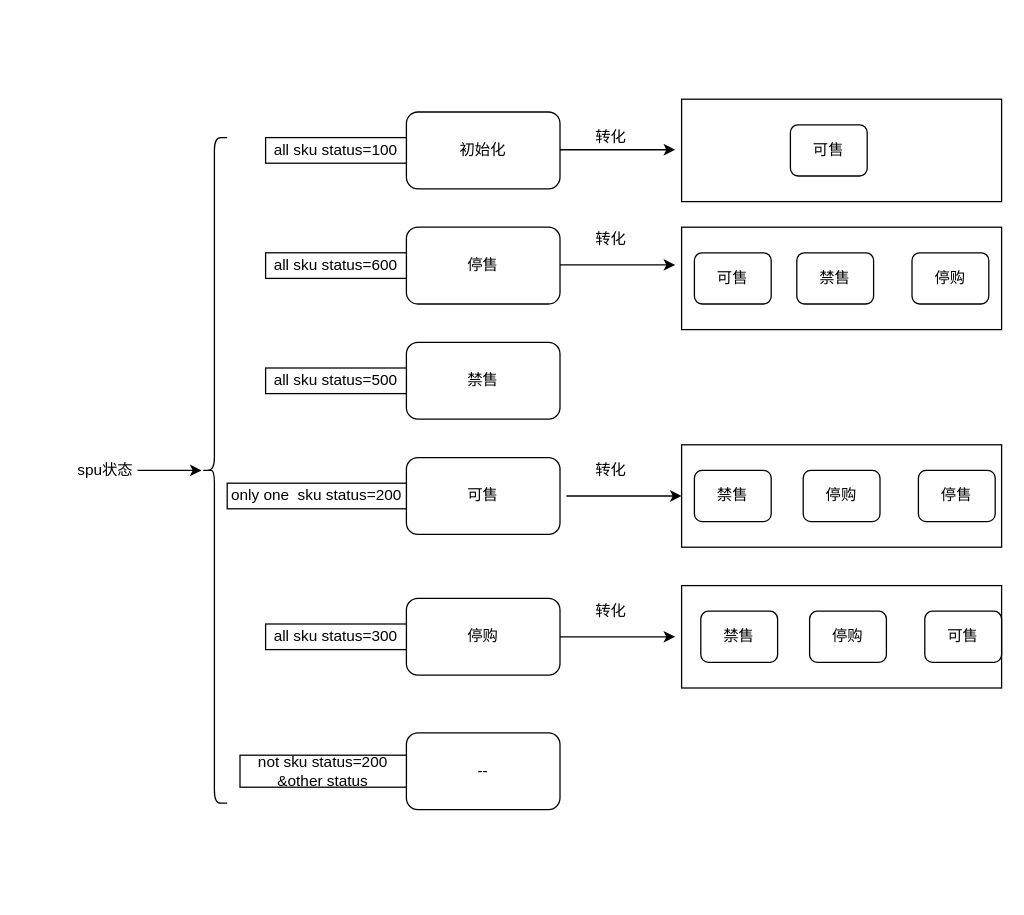
kawhiLeonard-bobo/bobo keeps this draw.io diagram as Untitled Diagram.drawio. Above is the earlier version. Source tidied: cells renumbered, new cells numbered last; positions are measured from the earlier drawing's top-left corner, leaving out a move shared by most shapes. Both pictures are drawn from the tidied source at 128%, with x=0, y=0 at pixel (73, 99).
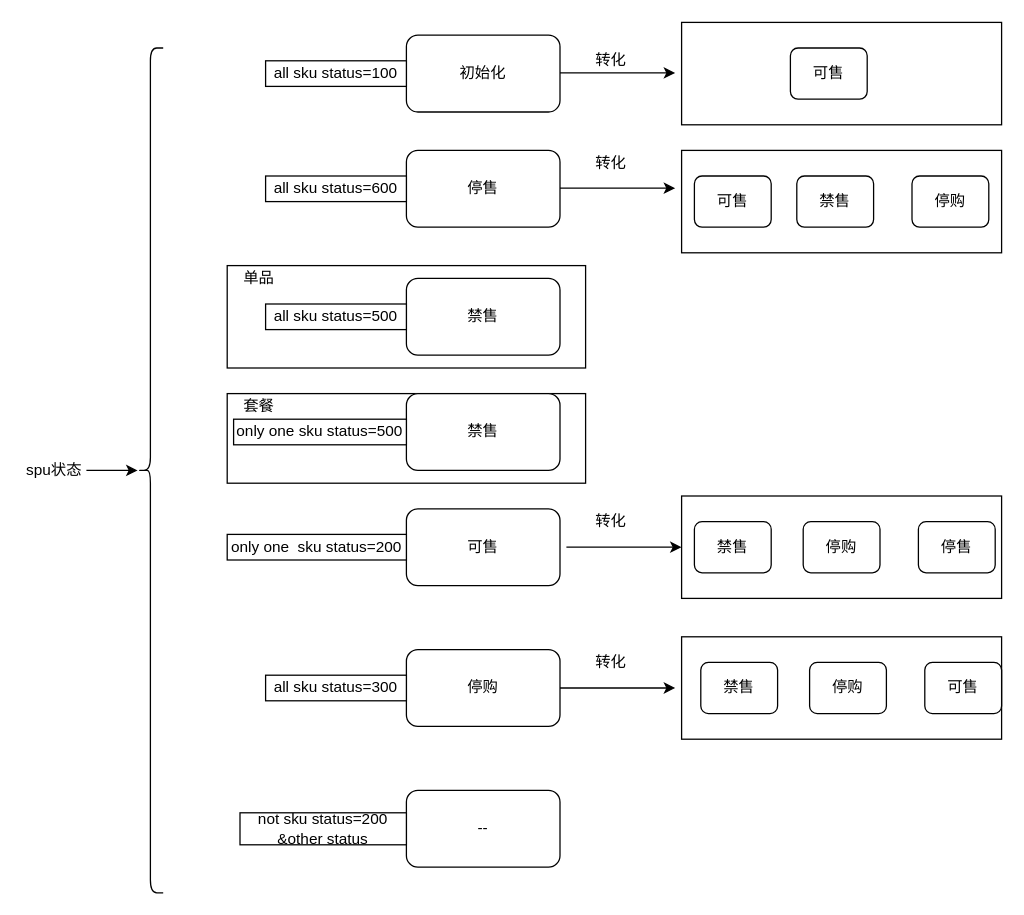
The same diagram, later.

The edit, as a diff of the source:
```diff
@@
+    <mxCell id="39" style="rounded=0;whiteSpace=wrap;html=1;" parent="1" vertex="1">
+      <mxGeometry x="120" y="230" width="280" height="70" as="geometry" />
+    </mxCell>
+    <mxCell id="40" style="rounded=0;whiteSpace=wrap;html=1;" parent="1" vertex="1">
+      <mxGeometry x="120" y="130" width="280" height="80" as="geometry" />
+    </mxCell>
     <mxCell id="2" style="rounded=0;whiteSpace=wrap;html=1;" parent="1" vertex="1">
-      <mxGeometry x="475" width="250" height="80" as="geometry" />
+      <mxGeometry x="475" y="-60" width="250" height="80" as="geometry" />
     </mxCell>
     <mxCell id="3" style="rounded=0;whiteSpace=wrap;html=1;" parent="1" vertex="1">
-      <mxGeometry x="475" y="100" width="250" height="80" as="geometry" />
+      <mxGeometry x="475" y="40" width="250" height="80" as="geometry" />
     </mxCell>
     <mxCell id="4" style="rounded=0;whiteSpace=wrap;html=1;" parent="1" vertex="1">
-      <mxGeometry x="475" y="270" width="250" height="80" as="geometry" />
+      <mxGeometry x="475" y="310" width="250" height="80" as="geometry" />
     </mxCell>
     <mxCell id="5" style="rounded=0;whiteSpace=wrap;html=1;" parent="1" vertex="1">
-      <mxGeometry x="475" y="380" width="250" height="80" as="geometry" />
+      <mxGeometry x="475" y="420" width="250" height="80" as="geometry" />
     </mxCell>
     <mxCell id="6" value="初始化" style="rounded=1;whiteSpace=wrap;html=1;" parent="1" vertex="1">
-      <mxGeometry x="260" y="10" width="120" height="60" as="geometry" />
+      <mxGeometry x="260" y="-50" width="120" height="60" as="geometry" />
     </mxCell>
     <mxCell id="7" value="可售" style="rounded=1;whiteSpace=wrap;html=1;" parent="1" vertex="1">
-      <mxGeometry x="260" y="280" width="120" height="60" as="geometry" />
+      <mxGeometry x="260" y="320" width="120" height="60" as="geometry" />
     </mxCell>
     <mxCell id="8" value="可售" style="rounded=1;whiteSpace=wrap;html=1;" parent="1" vertex="1">
-      <mxGeometry x="560" y="20" width="60" height="40" as="geometry" />
+      <mxGeometry x="560" y="-40" width="60" height="40" as="geometry" />
     </mxCell>
     <mxCell id="9" value="--" style="rounded=1;whiteSpace=wrap;html=1;" parent="1" vertex="1">
-      <mxGeometry x="260" y="495" width="120" height="60" as="geometry" />
+      <mxGeometry x="260" y="540" width="120" height="60" as="geometry" />
     </mxCell>
     <mxCell id="10" style="edgeStyle=orthogonalEdgeStyle;rounded=0;jettySize=auto;html=1;exitX=1;exitY=0.5;exitDx=0;exitDy=0;" parent="1" edge="1" source="11">
       <mxGeometry relative="1" as="geometry">
-        <mxPoint x="470" y="420" as="targetPoint" />
+        <mxPoint x="470" y="460" as="targetPoint" />
       </mxGeometry>
     </mxCell>
     <mxCell id="11" value="停购" style="rounded=1;whiteSpace=wrap;html=1;" parent="1" vertex="1">
-      <mxGeometry x="260" y="390" width="120" height="60" as="geometry" />
+      <mxGeometry x="260" y="430" width="120" height="60" as="geometry" />
     </mxCell>
     <mxCell id="12" value="停售" style="rounded=1;whiteSpace=wrap;html=1;" parent="1" vertex="1">
-      <mxGeometry x="260" y="100" width="120" height="60" as="geometry" />
+      <mxGeometry x="260" y="40" width="120" height="60" as="geometry" />
     </mxCell>
     <mxCell id="13" value="禁售" style="rounded=1;whiteSpace=wrap;html=1;" parent="1" vertex="1">
-      <mxGeometry x="260" y="190" width="120" height="60" as="geometry" />
+      <mxGeometry x="260" y="140" width="120" height="60" as="geometry" />
     </mxCell>
     <mxCell id="14" style="shape=curlyBracket;whiteSpace=wrap;html=1;rounded=1;" parent="1" vertex="1">
-      <mxGeometry x="100" y="30" width="20" height="520" as="geometry" />
+      <mxGeometry x="50" y="-40" width="20" height="660" as="geometry" />
     </mxCell>
-    <mxCell id="15" style="edgeStyle=orthogonalEdgeStyle;rounded=0;jettySize=auto;html=1;" parent="1" edge="1" source="16" target="14">
-      <mxGeometry relative="1" as="geometry" />
+    <mxCell id="15" style="edgeStyle=orthogonalEdgeStyle;rounded=0;jettySize=auto;html=1;" parent="1" edge="1" source="16">
+      <mxGeometry relative="1" as="geometry">
+        <mxPoint x="50" y="290" as="targetPoint" />
+      </mxGeometry>
     </mxCell>
     <mxCell id="16" value="spu状态" style="text;html=1;strokeColor=none;fillColor=none;align=center;verticalAlign=middle;whiteSpace=wrap;rounded=0;" parent="1" vertex="1">
-      <mxGeometry y="280" width="50" height="20" as="geometry" />
+      <mxGeometry x="-40" y="280" width="50" height="20" as="geometry" />
     </mxCell>
     <mxCell id="17" value="停购" style="rounded=1;whiteSpace=wrap;html=1;" parent="1" vertex="1">
-      <mxGeometry x="575" y="400" width="60" height="40" as="geometry" />
+      <mxGeometry x="575" y="440" width="60" height="40" as="geometry" />
     </mxCell>
     <mxCell id="18" value="停售" style="rounded=1;whiteSpace=wrap;html=1;" parent="1" vertex="1">
-      <mxGeometry x="660" y="290" width="60" height="40" as="geometry" />
+      <mxGeometry x="660" y="330" width="60" height="40" as="geometry" />
     </mxCell>
     <mxCell id="19" value="禁售" style="rounded=1;whiteSpace=wrap;html=1;" parent="1" vertex="1">
-      <mxGeometry x="485" y="290" width="60" height="40" as="geometry" />
+      <mxGeometry x="485" y="330" width="60" height="40" as="geometry" />
     </mxCell>
     <mxCell id="20" value="停购" style="rounded=1;whiteSpace=wrap;html=1;" parent="1" vertex="1">
-      <mxGeometry x="570" y="290" width="60" height="40" as="geometry" />
+      <mxGeometry x="570" y="330" width="60" height="40" as="geometry" />
     </mxCell>
     <mxCell id="21" value="可售" style="rounded=1;whiteSpace=wrap;html=1;" parent="1" vertex="1">
-      <mxGeometry x="485" y="120" width="60" height="40" as="geometry" />
+      <mxGeometry x="485" y="60" width="60" height="40" as="geometry" />
     </mxCell>
     <mxCell id="22" value="可售" style="rounded=1;whiteSpace=wrap;html=1;" parent="1" vertex="1">
-      <mxGeometry x="665" y="400" width="60" height="40" as="geometry" />
+      <mxGeometry x="665" y="440" width="60" height="40" as="geometry" />
     </mxCell>
     <mxCell id="23" value="禁售" style="rounded=1;whiteSpace=wrap;html=1;" parent="1" vertex="1">
-      <mxGeometry x="490" y="400" width="60" height="40" as="geometry" />
+      <mxGeometry x="490" y="440" width="60" height="40" as="geometry" />
     </mxCell>
     <mxCell id="24" value="禁售" style="rounded=1;whiteSpace=wrap;html=1;" parent="1" vertex="1">
-      <mxGeometry x="565" y="120" width="60" height="40" as="geometry" />
+      <mxGeometry x="565" y="60" width="60" height="40" as="geometry" />
     </mxCell>
     <mxCell id="25" value="停购" style="rounded=1;whiteSpace=wrap;html=1;" parent="1" vertex="1">
-      <mxGeometry x="655" y="120" width="60" height="40" as="geometry" />
+      <mxGeometry x="655" y="60" width="60" height="40" as="geometry" />
     </mxCell>
     <mxCell id="26" style="edgeStyle=orthogonalEdgeStyle;rounded=0;orthogonalLoop=1;jettySize=auto;html=1;exitX=1;exitY=0.5;exitDx=0;exitDy=0;" parent="1" edge="1">
       <mxGeometry relative="1" as="geometry">
-        <mxPoint x="380" y="39.5" as="sourcePoint" />
-        <mxPoint x="470" y="39.5" as="targetPoint" />
+        <mxPoint x="380" y="-20.5" as="sourcePoint" />
+        <mxPoint x="470" y="-20.5" as="targetPoint" />
       </mxGeometry>
     </mxCell>
     <mxCell id="27" style="edgeStyle=orthogonalEdgeStyle;rounded=0;orthogonalLoop=1;jettySize=auto;html=1;exitX=1;exitY=0.5;exitDx=0;exitDy=0;" parent="1" edge="1">
       <mxGeometry relative="1" as="geometry">
-        <mxPoint x="380" y="129.5" as="sourcePoint" />
-        <mxPoint x="470" y="129.5" as="targetPoint" />
+        <mxPoint x="380" y="69.5" as="sourcePoint" />
+        <mxPoint x="470" y="69.5" as="targetPoint" />
       </mxGeometry>
     </mxCell>
     <mxCell id="28" style="edgeStyle=orthogonalEdgeStyle;rounded=0;orthogonalLoop=1;jettySize=auto;html=1;exitX=1;exitY=0.5;exitDx=0;exitDy=0;" parent="1" edge="1">
       <mxGeometry relative="1" as="geometry">
-        <mxPoint x="385" y="310" as="sourcePoint" />
-        <mxPoint x="475" y="310" as="targetPoint" />
+        <mxPoint x="385" y="350" as="sourcePoint" />
+        <mxPoint x="475" y="350" as="targetPoint" />
       </mxGeometry>
     </mxCell>
     <mxCell id="29" value="转化" style="text;html=1;strokeColor=none;fillColor=none;align=center;verticalAlign=middle;whiteSpace=wrap;rounded=0;" parent="1" vertex="1">
-      <mxGeometry x="400" y="20" width="40" height="20" as="geometry" />
+      <mxGeometry x="400" y="-40" width="40" height="20" as="geometry" />
     </mxCell>
     <mxCell id="30" value="转化" style="text;html=1;strokeColor=none;fillColor=none;align=center;verticalAlign=middle;whiteSpace=wrap;rounded=0;" parent="1" vertex="1">
-      <mxGeometry x="400" y="100" width="40" height="20" as="geometry" />
+      <mxGeometry x="400" y="40" width="40" height="20" as="geometry" />
     </mxCell>
     <mxCell id="31" value="转化" style="text;html=1;strokeColor=none;fillColor=none;align=center;verticalAlign=middle;whiteSpace=wrap;rounded=0;" parent="1" vertex="1">
-      <mxGeometry x="400" y="280" width="40" height="20" as="geometry" />
+      <mxGeometry x="400" y="320" width="40" height="20" as="geometry" />
     </mxCell>
     <mxCell id="32" value="转化" style="text;html=1;strokeColor=none;fillColor=none;align=center;verticalAlign=middle;whiteSpace=wrap;rounded=0;" parent="1" vertex="1">
-      <mxGeometry x="400" y="390" width="40" height="20" as="geometry" />
+      <mxGeometry x="400" y="430" width="40" height="20" as="geometry" />
     </mxCell>
     <mxCell id="33" value="all sku status=100" style="rounded=0;whiteSpace=wrap;html=1;" parent="1" vertex="1">
-      <mxGeometry x="150" y="30" width="110" height="20" as="geometry" />
+      <mxGeometry x="150" y="-30" width="110" height="20" as="geometry" />
     </mxCell>
     <mxCell id="34" value="all sku status=300" style="rounded=0;whiteSpace=wrap;html=1;" parent="1" vertex="1">
-      <mxGeometry x="150" y="410" width="110" height="20" as="geometry" />
+      <mxGeometry x="150" y="450" width="110" height="20" as="geometry" />
     </mxCell>
     <mxCell id="35" value="only one&amp;nbsp; sku status=200" style="rounded=0;whiteSpace=wrap;html=1;" parent="1" vertex="1">
-      <mxGeometry x="120" y="300" width="140" height="20" as="geometry" />
+      <mxGeometry x="120" y="340" width="140" height="20" as="geometry" />
     </mxCell>
     <mxCell id="36" value="all sku status=500" style="rounded=0;whiteSpace=wrap;html=1;" parent="1" vertex="1">
-      <mxGeometry x="150" y="210" width="110" height="20" as="geometry" />
+      <mxGeometry x="150" y="160" width="110" height="20" as="geometry" />
     </mxCell>
     <mxCell id="37" value="all sku status=600" style="rounded=0;whiteSpace=wrap;html=1;" parent="1" vertex="1">
-      <mxGeometry x="150" y="120" width="110" height="20" as="geometry" />
+      <mxGeometry x="150" y="60" width="110" height="20" as="geometry" />
     </mxCell>
     <mxCell id="38" value="not sku status=200 &amp;amp;other status" style="rounded=0;whiteSpace=wrap;html=1;" parent="1" vertex="1">
-      <mxGeometry x="130" y="512.5" width="130" height="25" as="geometry" />
+      <mxGeometry x="130" y="557.5" width="130" height="25" as="geometry" />
     </mxCell>
+    <mxCell id="41" value="禁售" style="rounded=1;whiteSpace=wrap;html=1;" parent="1" vertex="1">
+      <mxGeometry x="260" y="230" width="120" height="60" as="geometry" />
+    </mxCell>
+    <mxCell id="42" value="only one sku status=500" style="rounded=0;whiteSpace=wrap;html=1;" parent="1" vertex="1">
+      <mxGeometry x="125" y="250" width="135" height="20" as="geometry" />
+    </mxCell>
+    <mxCell id="43" value="单品" style="text;html=1;strokeColor=none;fillColor=none;align=center;verticalAlign=middle;whiteSpace=wrap;rounded=0;" parent="1" vertex="1">
+      <mxGeometry x="125" y="130" width="40" height="20" as="geometry" />
+    </mxCell>
+    <mxCell id="44" value="套餐" style="text;html=1;strokeColor=none;fillColor=none;align=center;verticalAlign=middle;whiteSpace=wrap;rounded=0;" parent="1" vertex="1">
+      <mxGeometry x="125" y="230" width="40" height="20" as="geometry" />
+    </mxCell>
```
